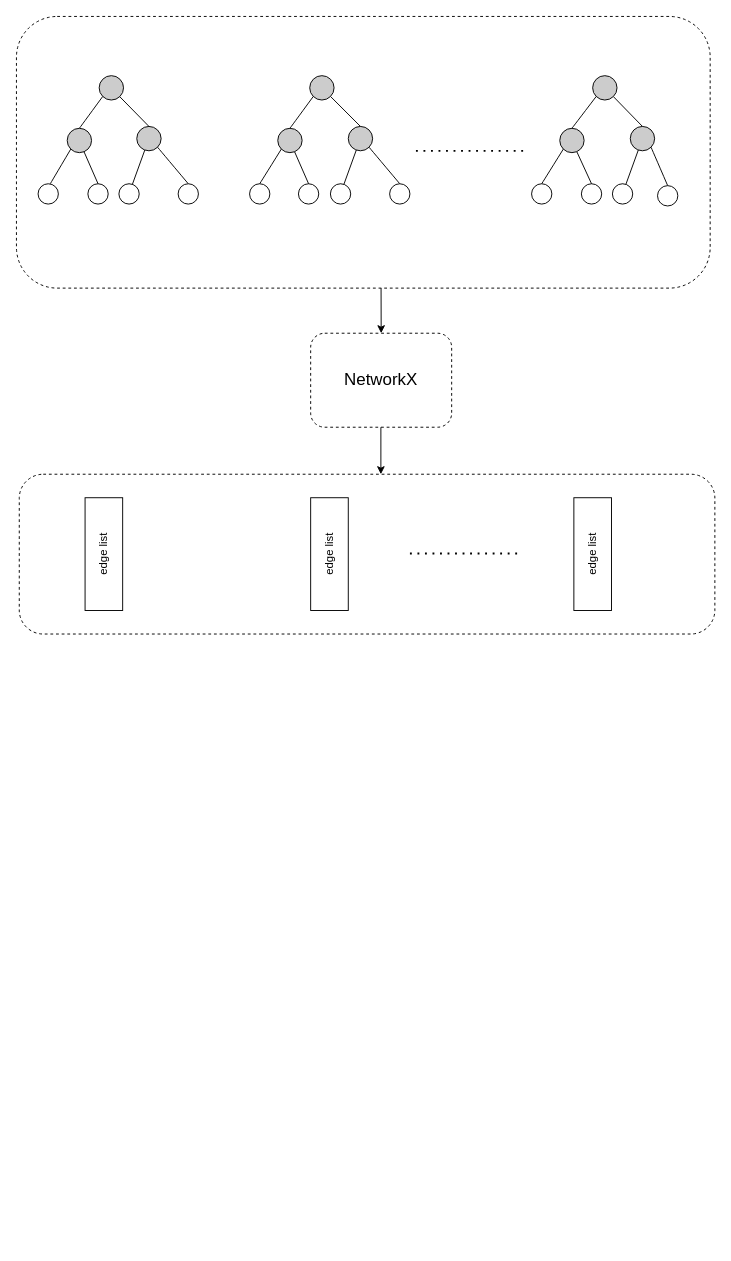
Above: page "Page-2" (1 of 2) of img/Diagram.drawio in habibsifat/ConsensusTree (draw.io), before the change. Source tidied: cells renumbered, new cells numbered last; positions are measured from the earlier drawing's top-left corner, leaving out a move shared by most shapes. Both pictures are drawn from the tidied source at 94%, with x=0, y=0 at pixel (16, 16).
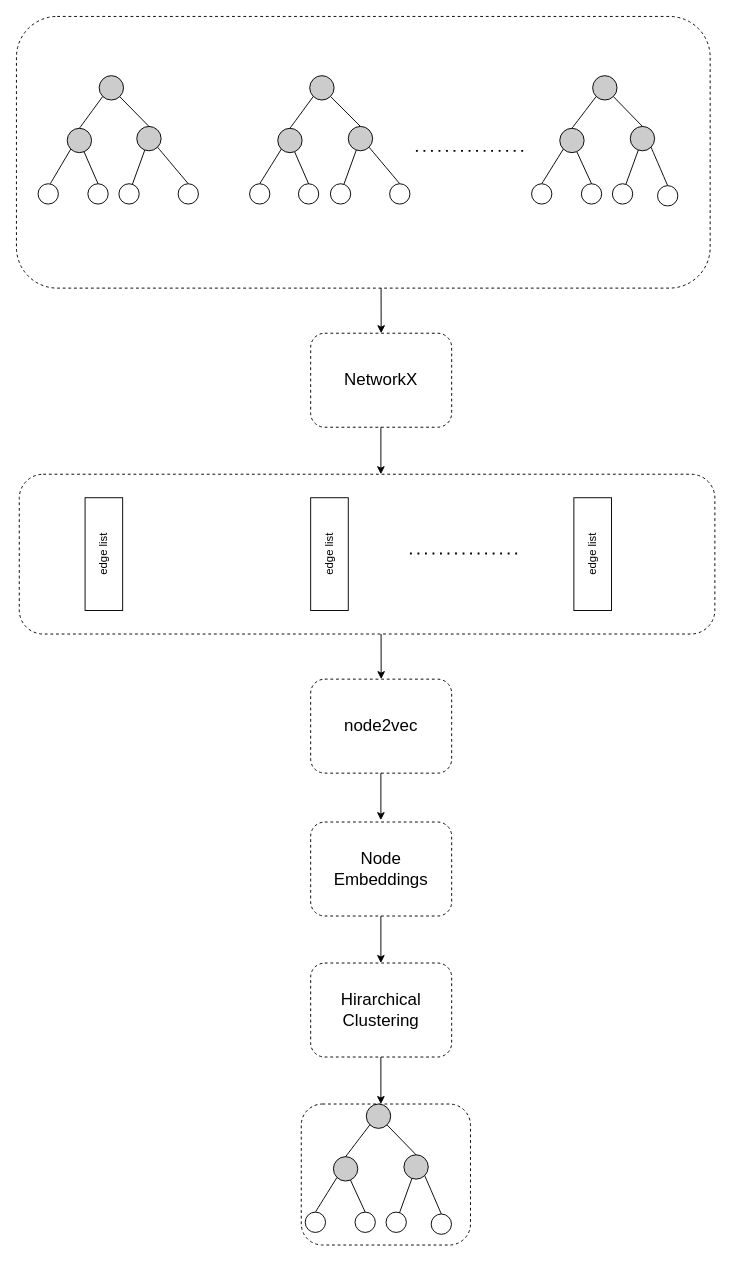
The same page after the edit.

Diff of the diagram source:
```diff
@@
+    <mxCell id="65" value="&lt;font style=&quot;font-size: 18px;&quot;&gt;node2vec&lt;/font&gt;" style="rounded=1;whiteSpace=wrap;html=1;dashed=1;" parent="1" vertex="1">
+      <mxGeometry x="313" y="705" width="150" height="100" as="geometry" />
+    </mxCell>
+    <mxCell id="66" style="endArrow=classic;html=1;rounded=0;" parent="1" edge="1">
+      <mxGeometry relative="1" as="geometry">
+        <mxPoint x="387.7" y="805" as="sourcePoint" />
+        <mxPoint x="387.7" y="855" as="targetPoint" />
+      </mxGeometry>
+    </mxCell>
+    <mxCell id="67" style="endArrow=classic;html=1;rounded=0;exitX=0.5;exitY=1;exitDx=0;exitDy=0;entryX=0.5;entryY=0;entryDx=0;entryDy=0;" parent="1" edge="1" target="65">
+      <mxGeometry relative="1" as="geometry">
+        <mxPoint x="387.9" y="657" as="sourcePoint" />
+      </mxGeometry>
+    </mxCell>
+    <mxCell id="68" value="&lt;font style=&quot;font-size: 18px;&quot;&gt;Node Embeddings&lt;/font&gt;" style="rounded=1;whiteSpace=wrap;html=1;dashed=1;" parent="1" vertex="1">
+      <mxGeometry x="313" y="857" width="150" height="100" as="geometry" />
+    </mxCell>
+    <mxCell id="69" style="endArrow=classic;html=1;rounded=0;" parent="1" edge="1">
+      <mxGeometry relative="1" as="geometry">
+        <mxPoint x="387.7" y="957" as="sourcePoint" />
+        <mxPoint x="387.7" y="1007" as="targetPoint" />
+      </mxGeometry>
+    </mxCell>
+    <mxCell id="70" value="&lt;font style=&quot;font-size: 18px;&quot;&gt;Hirarchical Clustering&lt;/font&gt;" style="rounded=1;whiteSpace=wrap;html=1;dashed=1;" parent="1" vertex="1">
+      <mxGeometry x="313" y="1007" width="150" height="100" as="geometry" />
+    </mxCell>
+    <mxCell id="71" style="endArrow=classic;html=1;rounded=0;" parent="1" edge="1">
+      <mxGeometry relative="1" as="geometry">
+        <mxPoint x="387.7" y="1107" as="sourcePoint" />
+        <mxPoint x="387.7" y="1157" as="targetPoint" />
+      </mxGeometry>
+    </mxCell>
+    <mxCell id="72" style="rounded=1;whiteSpace=wrap;html=1;dashed=1;" parent="1" vertex="1">
+      <mxGeometry x="303" y="1157" width="180" height="150" as="geometry" />
+    </mxCell>
+    <mxCell id="73" style="group;dashed=1;dashPattern=12 12;" parent="1" vertex="1">
+      <mxGeometry x="307.2" y="1157" width="161.6" height="136.6" as="geometry" />
+    </mxCell>
+    <mxCell id="74" style="endArrow=none;html=1;rounded=0;" parent="73" edge="1" source="80">
+      <mxGeometry relative="1" as="geometry">
+        <mxPoint x="87" y="10" as="targetPoint" />
+      </mxGeometry>
+    </mxCell>
+    <mxCell id="75" style="endArrow=none;html=1;rounded=0;" parent="73" edge="1" source="78">
+      <mxGeometry relative="1" as="geometry">
+        <mxPoint x="128" y="67" as="targetPoint" />
+      </mxGeometry>
+    </mxCell>
+    <mxCell id="76" style="endArrow=none;html=1;rounded=0;" parent="73" edge="1" target="77">
+      <mxGeometry relative="1" as="geometry">
+        <mxPoint x="45" y="67" as="sourcePoint" />
+      </mxGeometry>
+    </mxCell>
+    <mxCell id="77" value="&lt;b&gt;&lt;br&gt;&lt;/b&gt;" style="ellipse;whiteSpace=wrap;html=1;fontSize=20;fillColor=#CCCCCC;rotation=0;" parent="73" vertex="1">
+      <mxGeometry x="30" y="56" width="25.9" height="25.9" as="geometry" />
+    </mxCell>
+    <mxCell id="78" value="&lt;b&gt;&lt;br&gt;&lt;/b&gt;" style="ellipse;whiteSpace=wrap;html=1;fontSize=20;fillColor=#CCCCCC;rotation=0;" parent="73" vertex="1">
+      <mxGeometry x="105" y="54" width="25.9" height="25.9" as="geometry" />
+    </mxCell>
+    <mxCell id="79" style="endArrow=none;html=1;rounded=0;exitX=0.5;exitY=0;exitDx=0;exitDy=0;" parent="73" edge="1" source="78" target="80">
+      <mxGeometry relative="1" as="geometry" />
+    </mxCell>
+    <mxCell id="80" value="&lt;b&gt;&lt;br&gt;&lt;/b&gt;" style="ellipse;whiteSpace=wrap;html=1;fontSize=20;fillColor=#CCCCCC;rotation=0;" parent="73" vertex="1">
+      <mxGeometry x="65" width="25.9" height="25.9" as="geometry" />
+    </mxCell>
+    <mxCell id="81" style="endArrow=none;html=1;rounded=0;fontSize=12;startSize=8;endSize=8;curved=1;exitX=1;exitY=1;exitDx=0;exitDy=0;entryX=0.5;entryY=0;entryDx=0;entryDy=0;" parent="73" edge="1" source="78" target="86">
+      <mxGeometry relative="1" as="geometry" />
+    </mxCell>
+    <mxCell id="82" style="ellipse;whiteSpace=wrap;html=1;fontSize=20;rotation=0;" parent="73" vertex="1">
+      <mxGeometry y="115" width="21.6" height="21.6" as="geometry" />
+    </mxCell>
+    <mxCell id="83" style="ellipse;whiteSpace=wrap;html=1;fontSize=20;rotation=0;" parent="73" vertex="1">
+      <mxGeometry x="53" y="115" width="21.6" height="21.6" as="geometry" />
+    </mxCell>
+    <mxCell id="84" style="endArrow=none;html=1;rounded=0;" parent="73" edge="1" target="85">
+      <mxGeometry relative="1" as="geometry">
+        <mxPoint x="97" y="123" as="sourcePoint" />
+      </mxGeometry>
+    </mxCell>
+    <mxCell id="85" style="ellipse;whiteSpace=wrap;html=1;fontSize=20;rotation=0;" parent="73" vertex="1">
+      <mxGeometry x="86" y="115" width="21.6" height="21.6" as="geometry" />
+    </mxCell>
+    <mxCell id="86" style="ellipse;whiteSpace=wrap;html=1;fontSize=20;rotation=0;" parent="73" vertex="1">
+      <mxGeometry x="134" y="117" width="21.6" height="21.6" as="geometry" />
+    </mxCell>
+    <mxCell id="87" style="endArrow=none;html=1;rounded=0;entryX=0.5;entryY=0;entryDx=0;entryDy=0;" parent="73" edge="1" source="77" target="83">
+      <mxGeometry relative="1" as="geometry" />
+    </mxCell>
+    <mxCell id="88" style="endArrow=none;html=1;rounded=0;fontSize=12;startSize=8;endSize=8;curved=1;entryX=0;entryY=1;entryDx=0;entryDy=0;exitX=0.5;exitY=0;exitDx=0;exitDy=0;" parent="73" edge="1" source="77" target="80">
+      <mxGeometry relative="1" as="geometry" />
+    </mxCell>
+    <mxCell id="89" style="endArrow=none;html=1;rounded=0;" parent="73" edge="1" source="85" target="78">
+      <mxGeometry relative="1" as="geometry" />
+    </mxCell>
+    <mxCell id="90" style="endArrow=none;html=1;rounded=0;fontSize=12;startSize=8;endSize=8;curved=1;entryX=0;entryY=1;entryDx=0;entryDy=0;exitX=0.5;exitY=0;exitDx=0;exitDy=0;" parent="73" edge="1" source="82" target="77">
+      <mxGeometry relative="1" as="geometry" />
+    </mxCell>
```
